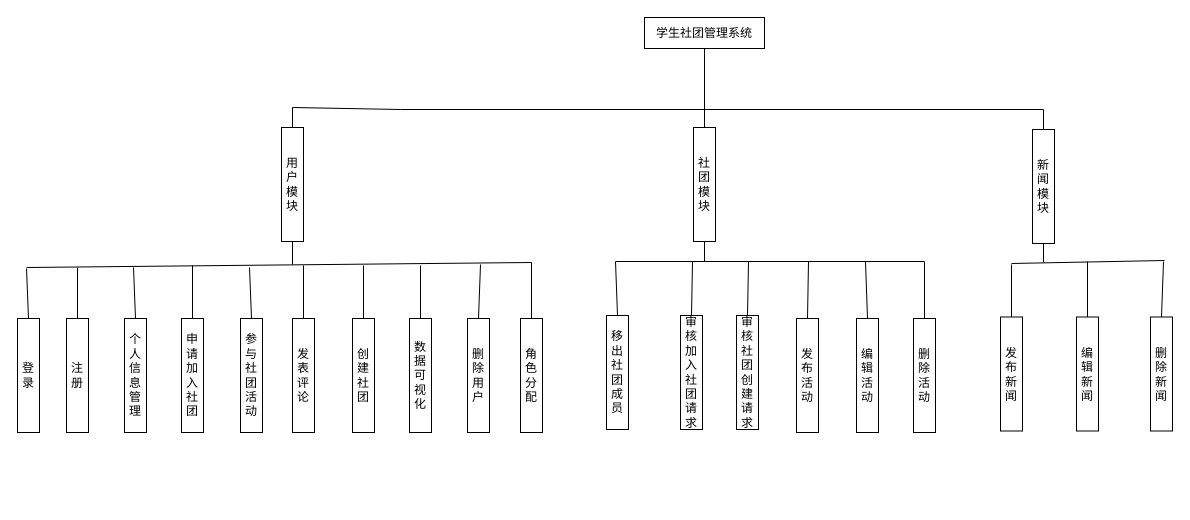
This is images/学生社团功能结构图.drawio from biienu/draw-io, a draw.io file, before an edit. Source tidied: cells renumbered, new cells numbered last; positions are measured from the earlier drawing's top-left corner, leaving out a move shared by most shapes. Both pictures are drawn from the tidied source at 100%, with x=0, y=0 at pixel (17, 17).
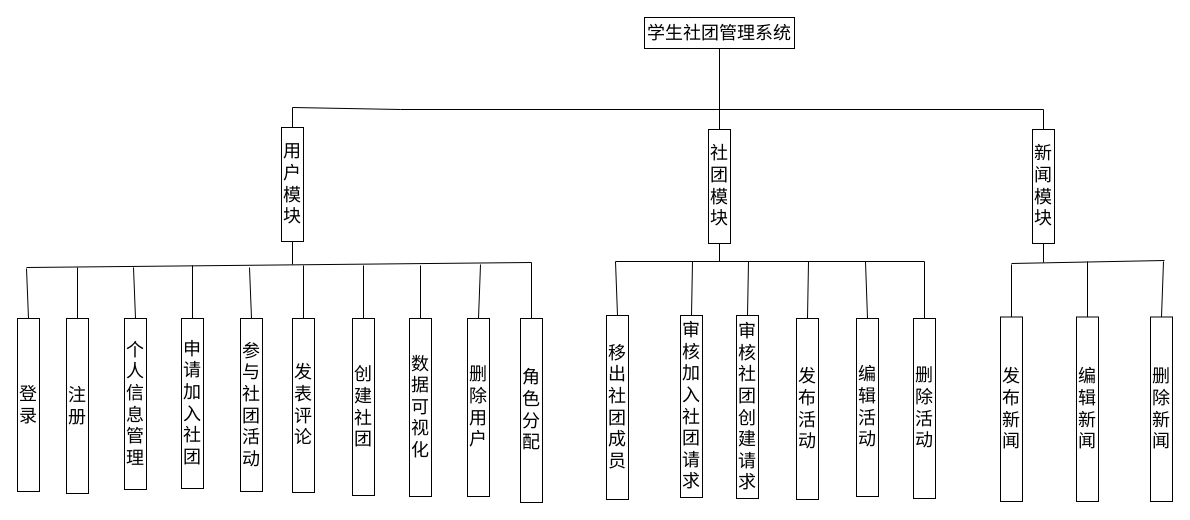
After the change.

Commit message:
更新学生社团功能结构图.drawio

The edit, as a diff of the source:
```diff
@@
-    <mxCell id="2" value="学生社团管理系统" style="rounded=0;whiteSpace=wrap;html=1;" parent="1" vertex="1">
-      <mxGeometry x="627" width="120" height="31" as="geometry" />
+    <mxCell id="2" value="&lt;font style=&quot;font-size: 18px;&quot;&gt;学生社团管理系统&lt;/font&gt;" style="rounded=0;whiteSpace=wrap;html=1;" parent="1" vertex="1">
+      <mxGeometry x="627" width="150" height="31" as="geometry" />
     </mxCell>
@@
-    <mxCell id="5" value="用户模块" style="rounded=0;whiteSpace=wrap;html=1;" parent="1" vertex="1">
+    <mxCell id="5" value="&lt;font style=&quot;font-size: 18px;&quot;&gt;用户模块&lt;/font&gt;" style="rounded=0;whiteSpace=wrap;html=1;" parent="1" vertex="1">
       <mxGeometry x="264" y="110" width="22" height="114" as="geometry" />
     </mxCell>
-    <mxCell id="6" value="社团模块" style="rounded=0;whiteSpace=wrap;html=1;" parent="1" vertex="1">
-      <mxGeometry x="676" y="110" width="22" height="114" as="geometry" />
+    <mxCell id="6" value="&lt;font style=&quot;font-size: 18px;&quot;&gt;社团模块&lt;/font&gt;" style="rounded=0;whiteSpace=wrap;html=1;" parent="1" vertex="1">
+      <mxGeometry x="691" y="112" width="22" height="114" as="geometry" />
     </mxCell>
-    <mxCell id="7" value="新闻模块" style="rounded=0;whiteSpace=wrap;html=1;" parent="1" vertex="1">
+    <mxCell id="7" value="&lt;font style=&quot;font-size: 18px;&quot;&gt;新闻模块&lt;/font&gt;" style="rounded=0;whiteSpace=wrap;html=1;" parent="1" vertex="1">
       <mxGeometry x="1015" y="112" width="22" height="114" as="geometry" />
     </mxCell>
-    <mxCell id="8" value="登录" style="rounded=0;whiteSpace=wrap;html=1;" parent="1" vertex="1">
-      <mxGeometry y="301" width="22" height="114" as="geometry" />
+    <mxCell id="8" value="&lt;font style=&quot;font-size: 18px;&quot;&gt;登录&lt;/font&gt;" style="rounded=0;whiteSpace=wrap;html=1;" parent="1" vertex="1">
+      <mxGeometry y="301" width="22" height="173" as="geometry" />
     </mxCell>
-    <mxCell id="9" value="注册" style="rounded=0;whiteSpace=wrap;html=1;" parent="1" vertex="1">
-      <mxGeometry x="49" y="301" width="22" height="114" as="geometry" />
+    <mxCell id="9" value="&lt;font style=&quot;font-size: 18px;&quot;&gt;注册&lt;/font&gt;" style="rounded=0;whiteSpace=wrap;html=1;" parent="1" vertex="1">
+      <mxGeometry x="49" y="301" width="22" height="175" as="geometry" />
     </mxCell>
-    <mxCell id="10" value="个人信息管理" style="rounded=0;whiteSpace=wrap;html=1;" parent="1" vertex="1">
-      <mxGeometry x="107" y="301" width="22" height="114" as="geometry" />
+    <mxCell id="10" value="&lt;font style=&quot;font-size: 18px;&quot;&gt;个人信息管理&lt;/font&gt;" style="rounded=0;whiteSpace=wrap;html=1;" parent="1" vertex="1">
+      <mxGeometry x="107" y="301" width="22" height="171" as="geometry" />
     </mxCell>
-    <mxCell id="11" value="申请加入社团" style="rounded=0;whiteSpace=wrap;html=1;" parent="1" vertex="1">
-      <mxGeometry x="164" y="301" width="22" height="114" as="geometry" />
+    <mxCell id="11" value="&lt;font style=&quot;font-size: 18px;&quot;&gt;申请加入社团&lt;/font&gt;" style="rounded=0;whiteSpace=wrap;html=1;" parent="1" vertex="1">
+      <mxGeometry x="164" y="301" width="22" height="170" as="geometry" />
     </mxCell>
-    <mxCell id="12" value="参与社团活动" style="rounded=0;whiteSpace=wrap;html=1;" parent="1" vertex="1">
-      <mxGeometry x="223" y="301" width="22" height="114" as="geometry" />
+    <mxCell id="12" value="&lt;font style=&quot;font-size: 18px;&quot;&gt;参与社团活动&lt;/font&gt;" style="rounded=0;whiteSpace=wrap;html=1;" parent="1" vertex="1">
+      <mxGeometry x="223" y="301" width="22" height="173" as="geometry" />
     </mxCell>
-    <mxCell id="13" value="发表评论" style="rounded=0;whiteSpace=wrap;html=1;" parent="1" vertex="1">
-      <mxGeometry x="275" y="301" width="22" height="114" as="geometry" />
+    <mxCell id="13" value="&lt;font style=&quot;font-size: 18px;&quot;&gt;发表评论&lt;/font&gt;" style="rounded=0;whiteSpace=wrap;html=1;" parent="1" vertex="1">
+      <mxGeometry x="275" y="301" width="22" height="174" as="geometry" />
     </mxCell>
-    <mxCell id="14" value="创建社团" style="rounded=0;whiteSpace=wrap;html=1;" parent="1" vertex="1">
-      <mxGeometry x="335" y="301" width="22" height="114" as="geometry" />
+    <mxCell id="14" value="&lt;font style=&quot;font-size: 18px;&quot;&gt;创建社团&lt;/font&gt;" style="rounded=0;whiteSpace=wrap;html=1;" parent="1" vertex="1">
+      <mxGeometry x="335" y="301" width="22" height="177" as="geometry" />
     </mxCell>
-    <mxCell id="15" value="数据可视化" style="rounded=0;whiteSpace=wrap;html=1;" parent="1" vertex="1">
-      <mxGeometry x="392" y="301" width="22" height="114" as="geometry" />
+    <mxCell id="15" value="&lt;font style=&quot;font-size: 18px;&quot;&gt;数据可视化&lt;/font&gt;" style="rounded=0;whiteSpace=wrap;html=1;" parent="1" vertex="1">
+      <mxGeometry x="392" y="301" width="22" height="178" as="geometry" />
     </mxCell>
-    <mxCell id="16" value="删除用户" style="rounded=0;whiteSpace=wrap;html=1;" parent="1" vertex="1">
-      <mxGeometry x="450" y="301" width="22" height="114" as="geometry" />
+    <mxCell id="16" value="&lt;font style=&quot;font-size: 18px;&quot;&gt;删除用户&lt;/font&gt;" style="rounded=0;whiteSpace=wrap;html=1;" parent="1" vertex="1">
+      <mxGeometry x="450" y="301" width="22" height="178" as="geometry" />
     </mxCell>
-    <mxCell id="17" value="角色分配" style="rounded=0;whiteSpace=wrap;html=1;" parent="1" vertex="1">
-      <mxGeometry x="503" y="301" width="22" height="114" as="geometry" />
+    <mxCell id="17" value="&lt;font style=&quot;font-size: 18px;&quot;&gt;角色分配&lt;/font&gt;" style="rounded=0;whiteSpace=wrap;html=1;" parent="1" vertex="1">
+      <mxGeometry x="503" y="301" width="22" height="184" as="geometry" />
     </mxCell>
-    <mxCell id="18" value="移出社团成员" style="rounded=0;whiteSpace=wrap;html=1;" parent="1" vertex="1">
-      <mxGeometry x="589" y="298" width="22" height="114" as="geometry" />
+    <mxCell id="18" value="&lt;font style=&quot;font-size: 18px;&quot;&gt;移出社团成员&lt;/font&gt;" style="rounded=0;whiteSpace=wrap;html=1;" parent="1" vertex="1">
+      <mxGeometry x="589" y="298" width="22" height="184" as="geometry" />
     </mxCell>
-    <mxCell id="19" value="审核加入社团请求" style="rounded=0;whiteSpace=wrap;html=1;" parent="1" vertex="1">
-      <mxGeometry x="663" y="298" width="22" height="114" as="geometry" />
+    <mxCell id="19" value="&lt;font style=&quot;font-size: 18px;&quot;&gt;审核加入社团请求&lt;/font&gt;" style="rounded=0;whiteSpace=wrap;html=1;" parent="1" vertex="1">
+      <mxGeometry x="663" y="298" width="22" height="182" as="geometry" />
     </mxCell>
-    <mxCell id="20" value="审核社团创建请求" style="rounded=0;whiteSpace=wrap;html=1;" parent="1" vertex="1">
-      <mxGeometry x="719" y="298" width="22" height="114" as="geometry" />
+    <mxCell id="20" value="&lt;font style=&quot;font-size: 18px;&quot;&gt;审核社团创建请求&lt;/font&gt;" style="rounded=0;whiteSpace=wrap;html=1;" parent="1" vertex="1">
+      <mxGeometry x="719" y="298" width="22" height="183" as="geometry" />
     </mxCell>
-    <mxCell id="21" value="发布活动" style="rounded=0;whiteSpace=wrap;html=1;" parent="1" vertex="1">
-      <mxGeometry x="779" y="301" width="22" height="114" as="geometry" />
+    <mxCell id="21" value="&lt;font style=&quot;font-size: 18px;&quot;&gt;发布活动&lt;/font&gt;" style="rounded=0;whiteSpace=wrap;html=1;" parent="1" vertex="1">
+      <mxGeometry x="779" y="301" width="22" height="181" as="geometry" />
     </mxCell>
-    <mxCell id="22" value="编辑活动" style="rounded=0;whiteSpace=wrap;html=1;" parent="1" vertex="1">
-      <mxGeometry x="839" y="301" width="22" height="114" as="geometry" />
+    <mxCell id="22" value="&lt;font style=&quot;font-size: 18px;&quot;&gt;编辑活动&lt;/font&gt;" style="rounded=0;whiteSpace=wrap;html=1;" parent="1" vertex="1">
+      <mxGeometry x="839" y="301" width="22" height="178" as="geometry" />
     </mxCell>
-    <mxCell id="23" value="删除活动" style="rounded=0;whiteSpace=wrap;html=1;" parent="1" vertex="1">
-      <mxGeometry x="896" y="301" width="22" height="114" as="geometry" />
+    <mxCell id="23" value="&lt;font style=&quot;font-size: 18px;&quot;&gt;删除活动&lt;/font&gt;" style="rounded=0;whiteSpace=wrap;html=1;" parent="1" vertex="1">
+      <mxGeometry x="896" y="301" width="22" height="180" as="geometry" />
     </mxCell>
-    <mxCell id="24" value="发布新闻" style="rounded=0;whiteSpace=wrap;html=1;" parent="1" vertex="1">
-      <mxGeometry x="983" y="299.5" width="22" height="114" as="geometry" />
+    <mxCell id="24" value="&lt;font style=&quot;font-size: 18px;&quot;&gt;发布新闻&lt;/font&gt;" style="rounded=0;whiteSpace=wrap;html=1;" parent="1" vertex="1">
+      <mxGeometry x="983" y="299.5" width="22" height="184.5" as="geometry" />
     </mxCell>
-    <mxCell id="25" value="编辑新闻" style="rounded=0;whiteSpace=wrap;html=1;" parent="1" vertex="1">
-      <mxGeometry x="1059" y="299.5" width="22" height="114" as="geometry" />
+    <mxCell id="25" value="&lt;font style=&quot;font-size: 18px;&quot;&gt;编辑新闻&lt;/font&gt;" style="rounded=0;whiteSpace=wrap;html=1;" parent="1" vertex="1">
+      <mxGeometry x="1059" y="299.5" width="22" height="184.5" as="geometry" />
     </mxCell>
-    <mxCell id="26" value="删除新闻" style="rounded=0;whiteSpace=wrap;html=1;" parent="1" vertex="1">
-      <mxGeometry x="1133" y="299.5" width="22" height="114" as="geometry" />
+    <mxCell id="26" value="&lt;font style=&quot;font-size: 18px;&quot;&gt;删除新闻&lt;/font&gt;" style="rounded=0;whiteSpace=wrap;html=1;" parent="1" vertex="1">
+      <mxGeometry x="1133" y="299.5" width="22" height="184.5" as="geometry" />
     </mxCell>
@@
     <mxCell id="39" style="endArrow=none;html=1;rounded=0;exitX=0.5;exitY=1;exitDx=0;exitDy=0;" parent="1" edge="1" source="6">
       <mxGeometry relative="1" as="geometry">
-        <mxPoint x="687" y="244" as="targetPoint" />
+        <mxPoint x="702" y="244" as="targetPoint" />
       </mxGeometry>
     </mxCell>
```
